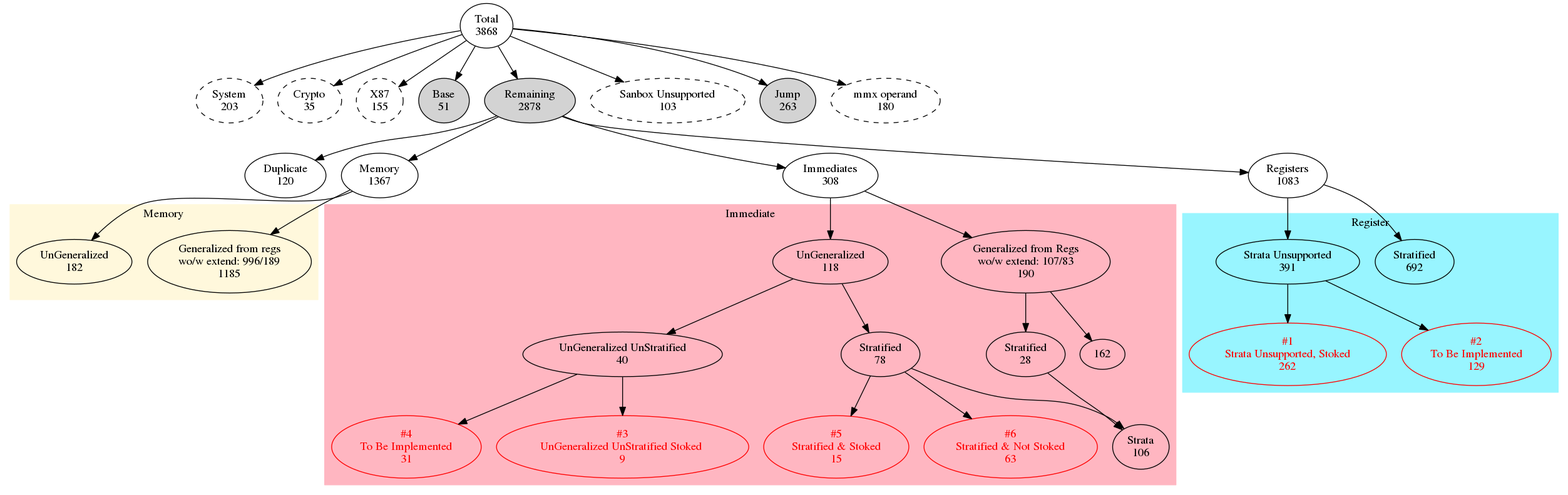
The Graphviz diagram docs/reports/insttruction_support_status.png in kframework/X86-64-semantics, before a commit. Its source is kept beside it as docs/reports/insttruction_support_status.dot. Source of this version:
```dot
digraph instr_supprt {


  T [label="Total\n3868"]
    SYS         [style=dashed; label="System\n203"]
    CRYPTO      [style=dashed; label="Crypto\n35"]
    X87         [style=dashed; label="X87\n155"]
    BASE        [style=filled; label="Base\n51"]
    REM         [style=filled; label="Remaining\n2878"]
    US          [style=dashed; label="Sanbox Unsupported\n103"]
    JMP         [style=filled; label="Jump\n263"]
    MMX         [style=dashed; label="mmx operand\n180"]

  T -> SYS
  T -> CRYPTO
  T -> X87
  T -> US
  T -> BASE
  T -> REM
  T -> JMP
  T -> MMX

  {rank = same; T; }
  {rank = same; SYS; CRYPTO; X87; US; JMP; MMX;  }
  {rank = same; REM, BASE}

  /***************************************************/

  DUP      [label="Duplicate\n120"]
  MEM      [label="Memory\n1367"]
  IMMS [label="Immediates\n308"]
  REGS [label="Registers\n1083"]

  REM -> DUP
  REM -> MEM
  REM -> IMMS
  REM -> REGS
  {rank = same; DUP; MEM; IMMS; REGS;}

  /***************************************************/
  subgraph cluster_0 {
    label =  "Register"
    style=filled;
    color = cadetblue1;

    REGS_STRATA [label="Stratified\n692"]
    REGS_UNSTRATA [label="Strata Unsupported\n391"]
    REGS_UNSTRATA_STOKED [fontcolor=red; color=red; label="#1\nStrata Unsupported, Stoked\n262"]
    REGS_TBI [fontcolor=red; color=red; label="#2\nTo Be Implemented\n129"]

    REGS -> REGS_STRATA
    REGS -> REGS_UNSTRATA
    REGS_UNSTRATA -> REGS_UNSTRATA_STOKED
    REGS_UNSTRATA -> REGS_TBI

    {rank = same; REGS_STRATA; REGS_UNSTRATA; }
    {rank = same; REGS_UNSTRATA_STOKED; REGS_TBI; }
  }
  /***************************************************/

  /***************************************************/
  subgraph cluster_1 {
    label =  "Memory"
    style=filled;
    color = cornsilk;

    MEM_G [label="Generalized from regs\nwo/w extend: 996/189\n1185"]
    MEM_UG [label="UnGeneralized\n182"]

    MEM -> MEM_G
    MEM -> MEM_UG

    {rank = same; MEM_UG; MEM_G; }
  }
  /***************************************************/

 /***************************************************/
  subgraph cluster_2 {
    label =  "Immediate";
    style=filled;
    color = lightpink;

    G [label="Generalized from Regs\nwo/w extend: 107/83\n190"]
    S1 [label="Stratified\n28"]
    S [label="Strata\n106"]
    UG [label="UnGeneralized\n118"]
    UGUS [label="UnGeneralized UnStratified\n40"]
    S2 [label="Stratified\n78"]
    UGUSS [fontcolor=red; color=red; label="#3\nUnGeneralized UnStratified Stoked \n9"]
    TBI [fontcolor=red; color=red; label="#4\nTo Be Implemented\n31"]
    S2_STOKED [fontcolor=red; color=red; label="#5\nStratified & Stoked\n15"]
    S2_UNSTOKED [fontcolor=red; color=red; label="#6\nStratified & Not Stoked\n63"]

    IMMS -> G
    IMMS -> UG

    G -> S1 -> S
    G -> 162
    UG -> S2 -> S
    UG -> UGUS -> UGUSS
    UGUS -> TBI
    S2 -> S2_STOKED
    S2 -> S2_UNSTOKED

    {rank = same; IMMS; }
    {rank = same; G; UG; }
    {rank = same; S1; S2; UGUS }
    {rank = same; S; TBI  }
    {rank = same; S2_STOKED;S2_UNSTOKED   }
  }
 /***************************************************/

 }
```
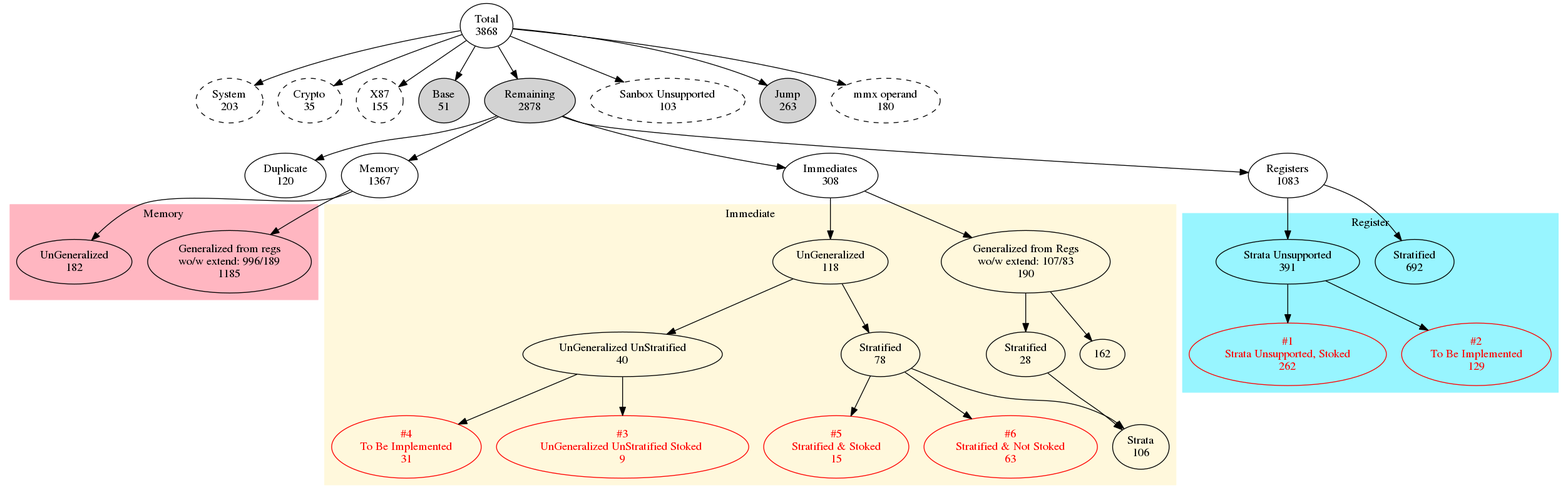
After the change.

Diff of the diagram source:
```diff
@@ -62,7 +62,7 @@
   subgraph cluster_1 {
     label =  "Memory"
     style=filled;
-    color = cornsilk;
+    color = lightpink;
 
     MEM_G [label="Generalized from regs\nwo/w extend: 996/189\n1185"]
     MEM_UG [label="UnGeneralized\n182"]
@@ -78,7 +78,7 @@
   subgraph cluster_2 {
     label =  "Immediate";
     style=filled;
-    color = lightpink;
+    color = cornsilk;
 
     G [label="Generalized from Regs\nwo/w extend: 107/83\n190"]
     S1 [label="Stratified\n28"]
```
